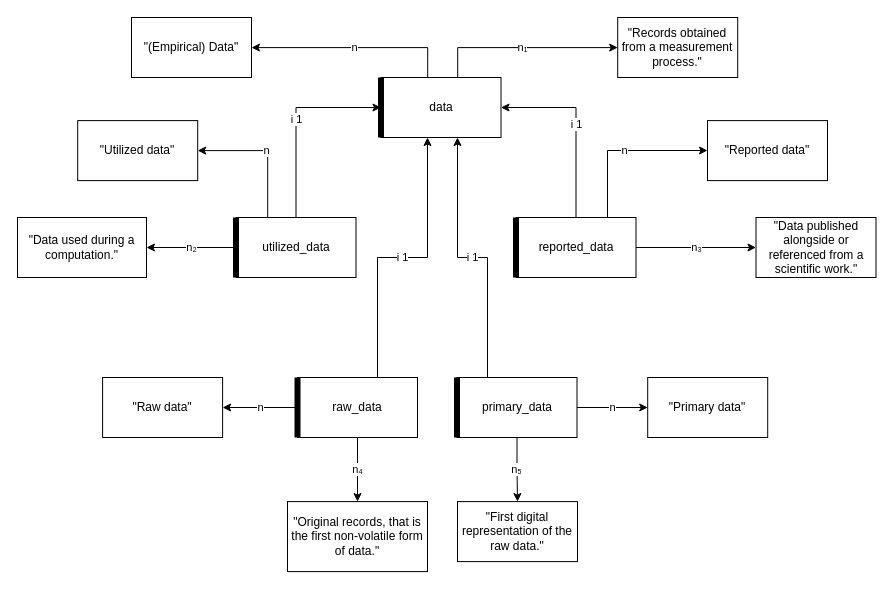
Earlier version of the draw.io diagram page "06-data" (7 of 11) of model-analysis-errors.drawio (nicebread/scientific_errors). Source tidied: cells renumbered, new cells numbered last; positions are measured from the earlier drawing's top-left corner, leaving out a move shared by most shapes. Both pictures are drawn from the tidied source at 100%, with x=0, y=0 at pixel (17, 17).
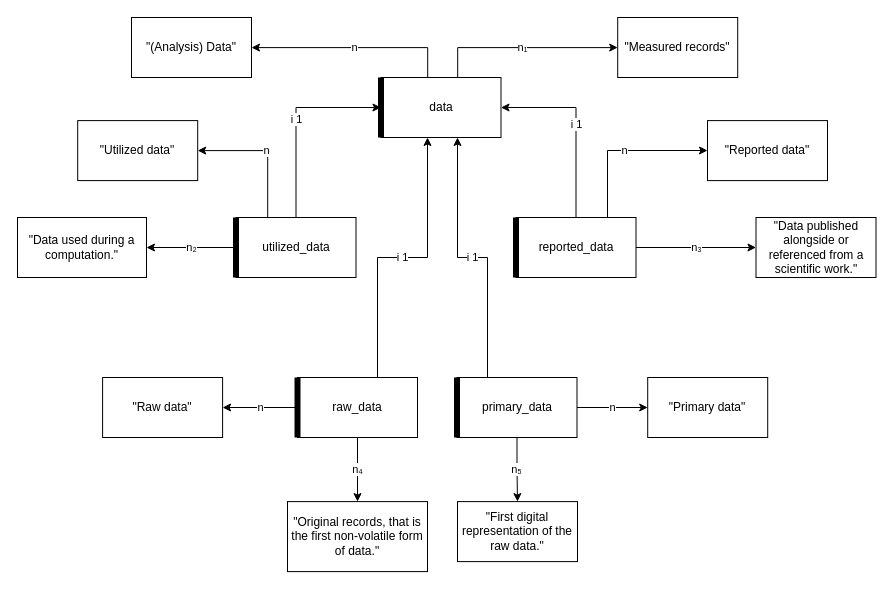
After the change.

Commit message (it also covers changes not shown here):
Update conflicting choices, computation, data, data scope, and reproduction

Change to the diagram source:
```diff
@@
-    <mxCell id="17" value="&quot;(Empirical) Data&quot;" style="rounded=0;whiteSpace=wrap;html=1;" parent="1" vertex="1">
+    <mxCell id="17" value="&quot;(Analysis) Data&quot;" style="rounded=0;whiteSpace=wrap;html=1;" parent="1" vertex="1">
       <mxGeometry x="114" width="120" height="60" as="geometry" />
     </mxCell>
@@
-    <mxCell id="33" value="&quot;Records obtained from a measurement process.&quot;" style="rounded=0;whiteSpace=wrap;html=1;" parent="1" vertex="1">
+    <mxCell id="33" value="&quot;Measured records&quot;" style="rounded=0;whiteSpace=wrap;html=1;" parent="1" vertex="1">
       <mxGeometry x="600.2" width="120" height="60" as="geometry" />
     </mxCell>
```
